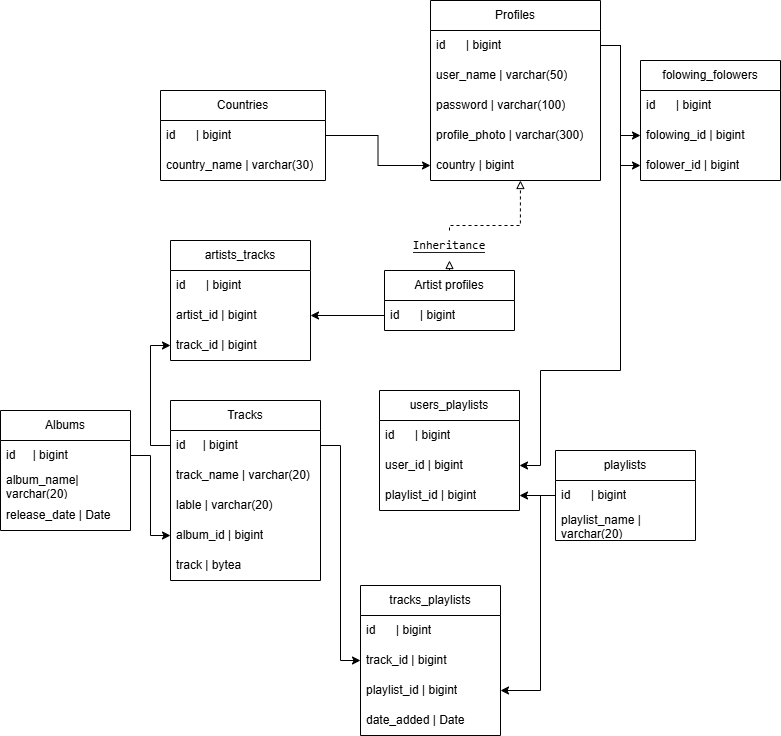
melnikanna6766-a11y/Streaming_service keeps this draw.io diagram as documents/ErdStreamingService.png. Above is the earlier version. Source tidied: cells renumbered, new cells last; positions are measured from the earlier drawing's top-left corner, leaving out a move shared by most shapes.
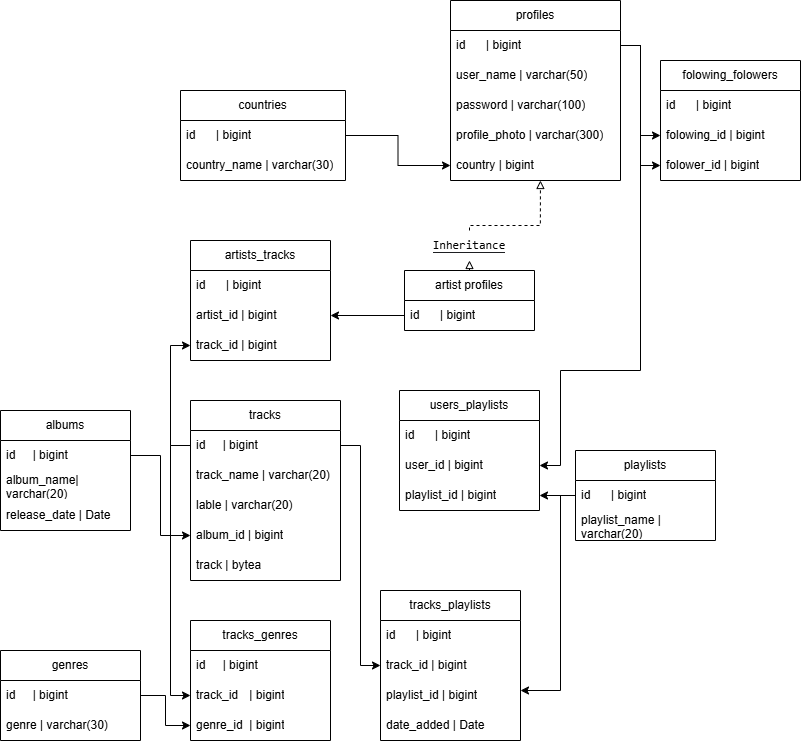
After the commit.

Change to the diagram source:
```diff
@@ -2,7 +2,7 @@
   <root>
     <mxCell id="0" />
     <mxCell id="1" parent="0" />
-    <mxCell id="2" value="Profiles" style="swimlane;fontStyle=0;horizontal=1;startSize=30;whiteSpace=wrap;html=1;" parent="1" vertex="1">
+    <mxCell id="2" value="profiles" style="swimlane;fontStyle=0;horizontal=1;startSize=30;whiteSpace=wrap;html=1;" parent="1" vertex="1">
       <mxGeometry x="430" width="170" height="180" as="geometry" />
     </mxCell>
     <mxCell id="3" value="id&lt;span style=&quot;white-space: pre;&quot;&gt;&#9;&lt;/span&gt;&amp;nbsp;| bigint" style="text;strokeColor=none;fillColor=none;align=left;verticalAlign=middle;spacingLeft=4;spacingRight=4;overflow=hidden;points=[[0,0.5],[1,0.5]];portConstraint=eastwest;whiteSpace=wrap;html=1;" parent="2" vertex="1">
@@ -20,7 +20,7 @@
     <mxCell id="7" value="country | bigint" style="text;strokeColor=none;fillColor=none;align=left;verticalAlign=middle;spacingLeft=4;spacingRight=4;overflow=hidden;points=[[0,0.5],[1,0.5]];portConstraint=eastwest;whiteSpace=wrap;html=1;" parent="2" vertex="1">
       <mxGeometry y="150" width="170" height="30" as="geometry" />
     </mxCell>
-    <mxCell id="8" value="Tracks" style="swimlane;fontStyle=0;horizontal=1;startSize=30;whiteSpace=wrap;html=1;" parent="1" vertex="1">
+    <mxCell id="8" value="tracks" style="swimlane;fontStyle=0;horizontal=1;startSize=30;whiteSpace=wrap;html=1;" parent="1" vertex="1">
       <mxGeometry x="170" y="400" width="150" height="180" as="geometry" />
     </mxCell>
     <mxCell id="9" value="id&lt;span style=&quot;white-space: pre;&quot;&gt;&#9;&lt;/span&gt;|&amp;nbsp;bigint" style="text;strokeColor=none;fillColor=none;align=left;verticalAlign=middle;spacingLeft=4;spacingRight=4;overflow=hidden;points=[[0,0.5],[1,0.5]];portConstraint=eastwest;whiteSpace=wrap;html=1;" parent="8" vertex="1">
@@ -43,7 +43,7 @@
         <mxPoint x="514.5" y="284.5" as="targetPoint" />
       </mxGeometry>
     </mxCell>
-    <mxCell id="15" value="Artist profiles" style="swimlane;fontStyle=0;horizontal=1;startSize=30;whiteSpace=wrap;html=1;" parent="1" vertex="1">
+    <mxCell id="15" value="artist profiles" style="swimlane;fontStyle=0;horizontal=1;startSize=30;whiteSpace=wrap;html=1;" parent="1" vertex="1">
       <mxGeometry x="384" y="270" width="130" height="60" as="geometry" />
     </mxCell>
     <mxCell id="16" value="id&lt;span style=&quot;white-space: pre;&quot;&gt;&#9;&lt;/span&gt;&amp;nbsp;| bigint" style="text;strokeColor=none;fillColor=none;align=left;verticalAlign=middle;spacingLeft=4;spacingRight=4;overflow=hidden;points=[[0,0.5],[1,0.5]];portConstraint=eastwest;whiteSpace=wrap;html=1;" parent="15" vertex="1">
@@ -68,8 +68,8 @@
     <mxCell id="19" value="&lt;div style=&quot;background-color: rgb(30, 31, 34);&quot;&gt;&lt;pre style=&quot;font-family: &amp;quot;JetBrains Mono&amp;quot;, monospace;&quot;&gt;&lt;span style=&quot;background-color: rgb(255, 255, 255);&quot;&gt;&lt;font style=&quot;color: rgb(0, 0, 0);&quot;&gt;Inheritance&lt;/font&gt;&lt;/span&gt;&lt;/pre&gt;&lt;/div&gt;" style="text;html=1;whiteSpace=wrap;strokeColor=none;fillColor=none;align=center;verticalAlign=middle;rounded=0;" parent="1" vertex="1">
       <mxGeometry x="419" y="230" width="60" height="30" as="geometry" />
     </mxCell>
-    <mxCell id="20" value="Albums" style="swimlane;fontStyle=0;horizontal=1;startSize=30;whiteSpace=wrap;html=1;" parent="1" vertex="1">
-      <mxGeometry y="410" width="130" height="120" as="geometry" />
+    <mxCell id="20" value="albums" style="swimlane;fontStyle=0;horizontal=1;startSize=30;whiteSpace=wrap;html=1;" parent="1" vertex="1">
+      <mxGeometry x="-20" y="410" width="130" height="120" as="geometry" />
     </mxCell>
     <mxCell id="21" value="id&lt;span style=&quot;white-space: pre;&quot;&gt;&#9;&lt;/span&gt;| bigint" style="text;strokeColor=none;fillColor=none;align=left;verticalAlign=middle;spacingLeft=4;spacingRight=4;overflow=hidden;points=[[0,0.5],[1,0.5]];portConstraint=eastwest;whiteSpace=wrap;html=1;" parent="20" vertex="1">
       <mxGeometry y="30" width="130" height="30" as="geometry" />
@@ -89,7 +89,7 @@
     <mxCell id="26" value="playlist_name | varchar(20)" style="text;strokeColor=none;fillColor=none;align=left;verticalAlign=middle;spacingLeft=4;spacingRight=4;overflow=hidden;whiteSpace=wrap;html=1;" parent="24" vertex="1">
       <mxGeometry y="60" width="140" height="30" as="geometry" />
     </mxCell>
-    <mxCell id="27" value="Countries" style="swimlane;fontStyle=0;horizontal=1;startSize=30;whiteSpace=wrap;html=1;" parent="1" vertex="1">
+    <mxCell id="27" value="countries" style="swimlane;fontStyle=0;horizontal=1;startSize=30;whiteSpace=wrap;html=1;" parent="1" vertex="1">
       <mxGeometry x="160" y="90" width="165" height="90" as="geometry" />
     </mxCell>
     <mxCell id="28" value="id&lt;span style=&quot;white-space: pre;&quot;&gt;&#9;&lt;/span&gt;&amp;nbsp;| bigint" style="text;strokeColor=none;fillColor=none;align=left;verticalAlign=middle;spacingLeft=4;spacingRight=4;overflow=hidden;points=[[0,0.5],[1,0.5]];portConstraint=eastwest;whiteSpace=wrap;html=1;" parent="27" vertex="1">
@@ -153,7 +153,7 @@
       <mxGeometry relative="1" as="geometry" />
     </mxCell>
     <mxCell id="48" value="tracks_playlists" style="swimlane;fontStyle=0;horizontal=1;startSize=30;whiteSpace=wrap;html=1;" parent="1" vertex="1">
-      <mxGeometry x="360" y="585" width="140" height="150" as="geometry" />
+      <mxGeometry x="360" y="590" width="140" height="150" as="geometry" />
     </mxCell>
     <mxCell id="49" value="id&lt;span style=&quot;white-space: pre;&quot;&gt;&#9;&lt;/span&gt;&amp;nbsp;| bigint" style="text;strokeColor=none;fillColor=none;align=left;verticalAlign=middle;spacingLeft=4;spacingRight=4;overflow=hidden;whiteSpace=wrap;html=1;" parent="48" vertex="1">
       <mxGeometry y="30" width="140" height="30" as="geometry" />
@@ -191,5 +191,32 @@
         </Array>
       </mxGeometry>
     </mxCell>
+    <mxCell id="57" style="edgeStyle=orthogonalEdgeStyle;rounded=0;jettySize=auto;html=1;entryX=0;entryY=0.5;entryDx=0;entryDy=0;" parent="1" edge="1" source="58" target="64">
+      <mxGeometry relative="1" as="geometry" />
+    </mxCell>
+    <mxCell id="58" value="genres" style="swimlane;fontStyle=0;horizontal=1;startSize=30;whiteSpace=wrap;html=1;" parent="1" vertex="1">
+      <mxGeometry x="-20" y="650" width="140" height="90" as="geometry" />
+    </mxCell>
+    <mxCell id="59" value="id&lt;span style=&quot;white-space: pre;&quot;&gt;&#9;&lt;/span&gt;|&amp;nbsp;bigint" style="text;strokeColor=none;fillColor=none;align=left;verticalAlign=middle;spacingLeft=4;spacingRight=4;overflow=hidden;whiteSpace=wrap;html=1;" parent="58" vertex="1">
+      <mxGeometry y="30" width="140" height="30" as="geometry" />
+    </mxCell>
+    <mxCell id="60" value="genre | varchar(30)" style="text;strokeColor=none;fillColor=none;align=left;verticalAlign=middle;spacingLeft=4;spacingRight=4;overflow=hidden;whiteSpace=wrap;html=1;" parent="58" vertex="1">
+      <mxGeometry y="60" width="140" height="30" as="geometry" />
+    </mxCell>
+    <mxCell id="61" value="tracks_genres" style="swimlane;fontStyle=0;horizontal=1;startSize=30;whiteSpace=wrap;html=1;" parent="1" vertex="1">
+      <mxGeometry x="170" y="620" width="140" height="120" as="geometry" />
+    </mxCell>
+    <mxCell id="62" value="id&lt;span style=&quot;white-space: pre;&quot;&gt;&#9;&lt;/span&gt;|&amp;nbsp;bigint" style="text;strokeColor=none;fillColor=none;align=left;verticalAlign=middle;spacingLeft=4;spacingRight=4;overflow=hidden;whiteSpace=wrap;html=1;" parent="61" vertex="1">
+      <mxGeometry y="30" width="140" height="30" as="geometry" />
+    </mxCell>
+    <mxCell id="63" value="track_id&lt;span style=&quot;white-space: pre;&quot;&gt;&#9;&lt;/span&gt;|&amp;nbsp;bigint" style="text;strokeColor=none;fillColor=none;align=left;verticalAlign=middle;spacingLeft=4;spacingRight=4;overflow=hidden;points=[[0,0.5],[1,0.5]];portConstraint=eastwest;whiteSpace=wrap;html=1;" parent="61" vertex="1">
+      <mxGeometry y="60" width="140" height="30" as="geometry" />
+    </mxCell>
+    <mxCell id="64" value="genre_id&lt;span style=&quot;white-space: pre;&quot;&gt;&#9;&lt;/span&gt;|&amp;nbsp;bigint" style="text;strokeColor=none;fillColor=none;align=left;verticalAlign=middle;spacingLeft=4;spacingRight=4;overflow=hidden;points=[[0,0.5],[1,0.5]];portConstraint=eastwest;whiteSpace=wrap;html=1;" parent="61" vertex="1">
+      <mxGeometry y="90" width="140" height="30" as="geometry" />
+    </mxCell>
+    <mxCell id="65" style="edgeStyle=orthogonalEdgeStyle;rounded=0;jettySize=auto;html=1;exitX=0;exitY=0.5;exitDx=0;exitDy=0;entryX=0;entryY=0.5;entryDx=0;entryDy=0;" parent="1" edge="1" source="9" target="63">
+      <mxGeometry relative="1" as="geometry" />
+    </mxCell>
   </root>
 </mxGraphModel>
```
